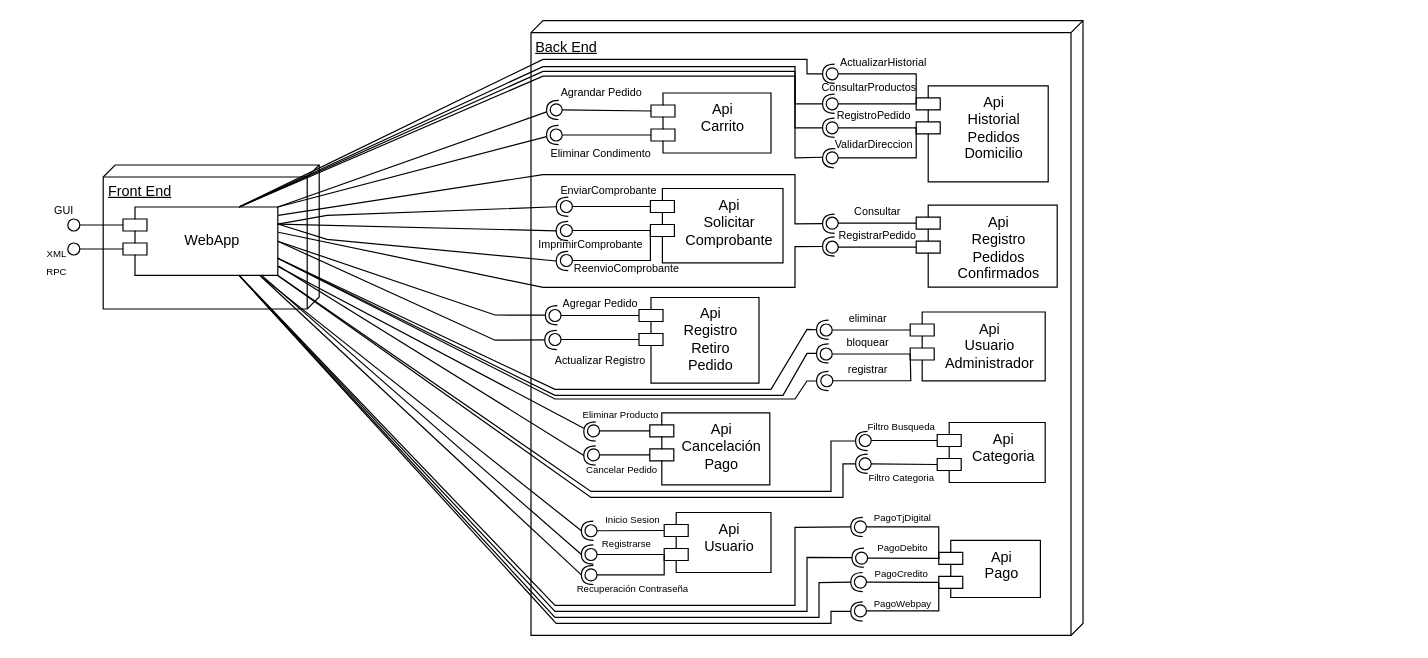
Earlier version of the draw.io diagram Front-End_Sprint/Diagrama de Componentes.drawio (Giggin-html/dwm4). Source tidied: cells renumbered, new cells numbered last; positions are measured from the earlier drawing's top-left corner, leaving out a move shared by most shapes. Both pictures are drawn from the tidied source at 120%, with x=0, y=0 at pixel (20, 20).
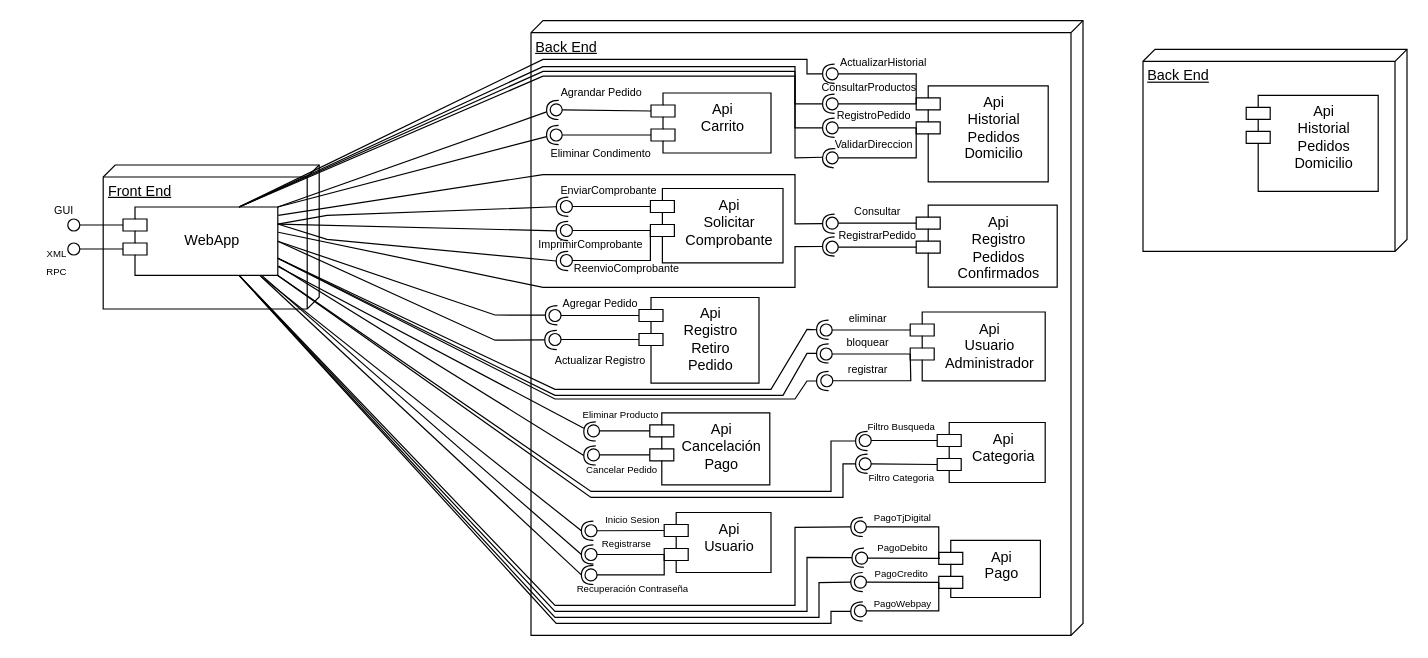
Above is the later version.

What changed in the source:
```diff
@@
+    <mxCell id="130" value="Back End" style="verticalAlign=top;align=left;spacingTop=8;spacingLeft=2;spacingRight=12;shape=cube;size=10;direction=south;fontStyle=4;html=1;whiteSpace=wrap;" parent="1" vertex="1">
+      <mxGeometry x="935" y="23.6" width="220" height="168.4" as="geometry" />
+    </mxCell>
+    <mxCell id="131" value="Api&lt;div&gt;Historial&lt;/div&gt;&lt;div&gt;Pedidos&lt;/div&gt;&lt;div&gt;Domicilio&lt;/div&gt;" style="shape=module;align=left;spacingLeft=20;align=center;verticalAlign=top;whiteSpace=wrap;html=1;" parent="1" vertex="1">
+      <mxGeometry x="1021" y="62" width="110" height="80" as="geometry" />
+    </mxCell>
```
